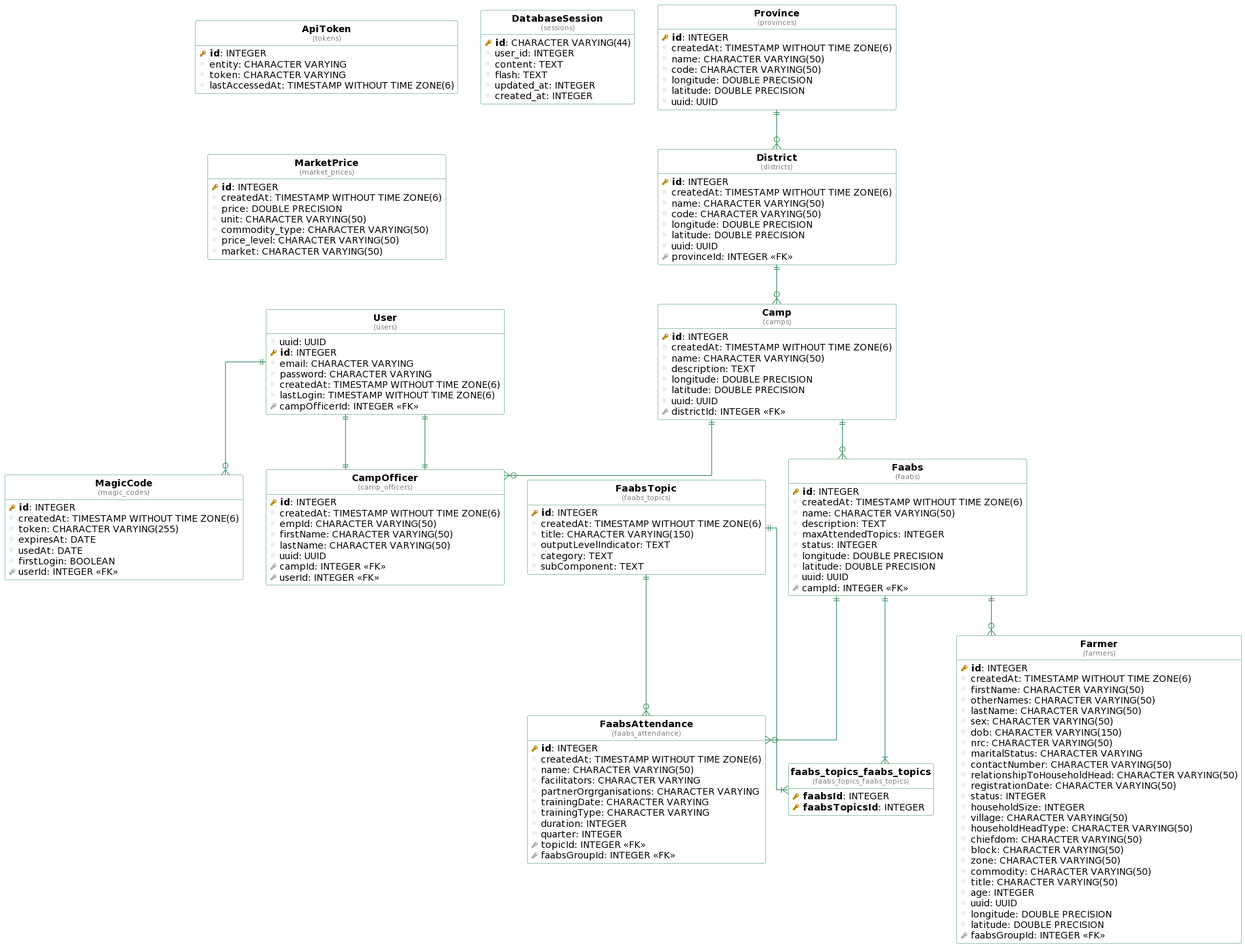
Above: docs/database-uml.png in Mwimwii/esapp-bb (PlantUML), before the change.
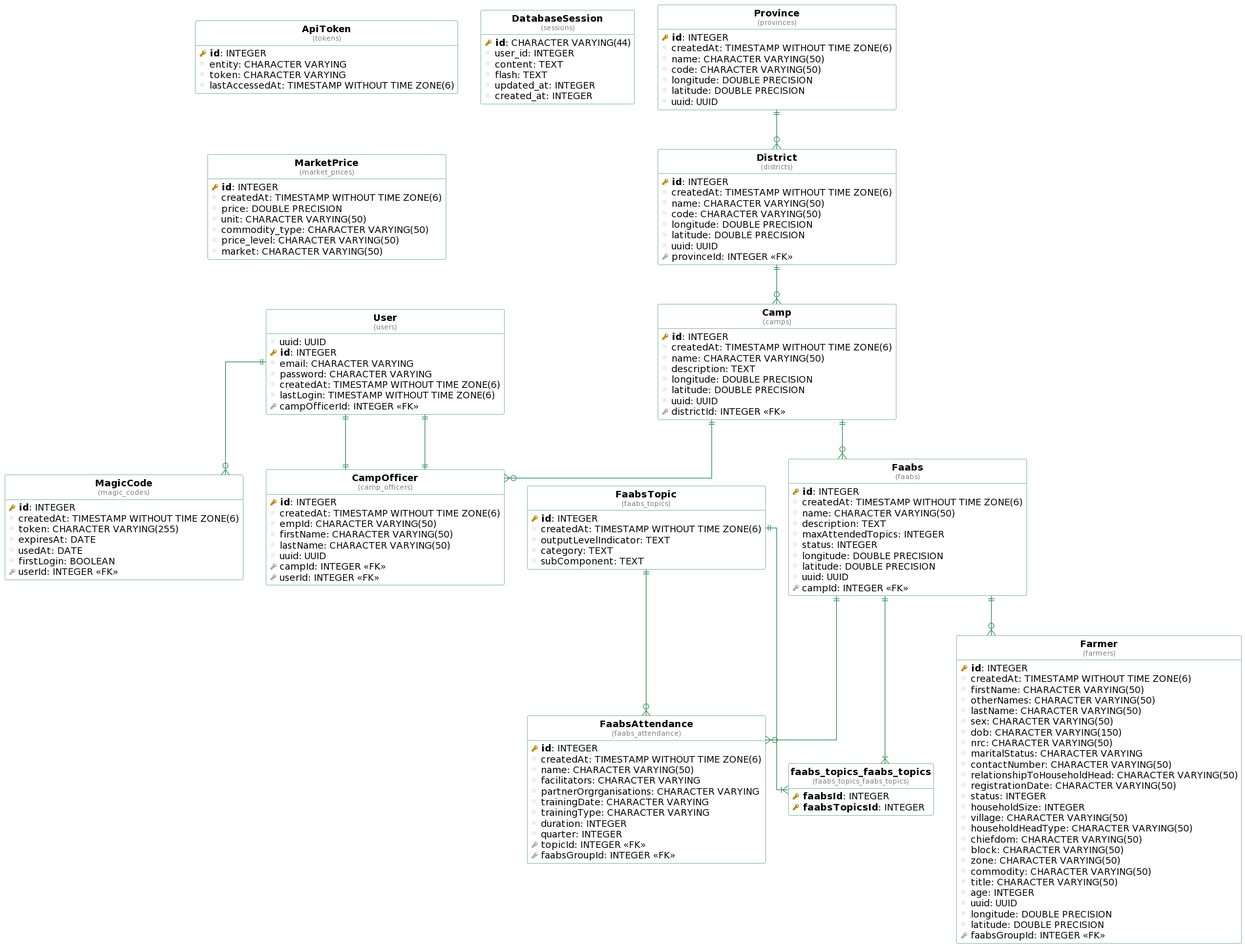
Later version of the same file.

Commit message:
removed title on the topics

Diff of the diagram source:
```diff
@@ -126,7 +126,6 @@
 table( FaabsTopic, faabs_topics ) as faabs_topics {
   pkey( id ): INTEGER
   column( createdAt ): TIMESTAMP WITHOUT TIME ZONE(6)
-  column( title ): CHARACTER VARYING(150)
   column( outputLevelIndicator ): TEXT
   column( category ): TEXT
   column( subComponent ): TEXT
```
